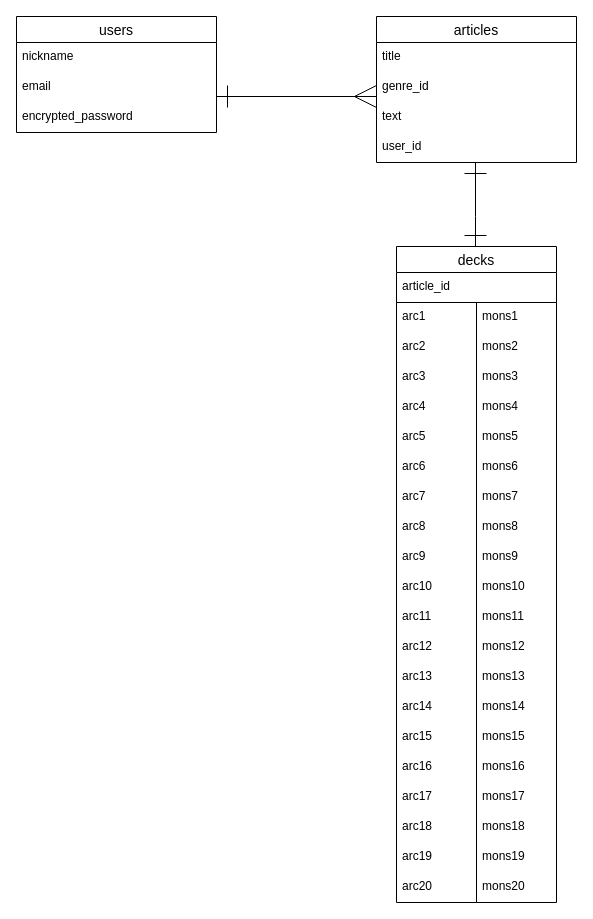
This is ER.dio from murataholic/tarot_deck, a draw.io file, before an edit. Source tidied: cells renumbered, new cells numbered last; positions are measured from the earlier drawing's top-left corner, leaving out a move shared by most shapes. Both pictures are drawn from the tidied source at 100%, with x=0, y=0 at pixel (16, 16).
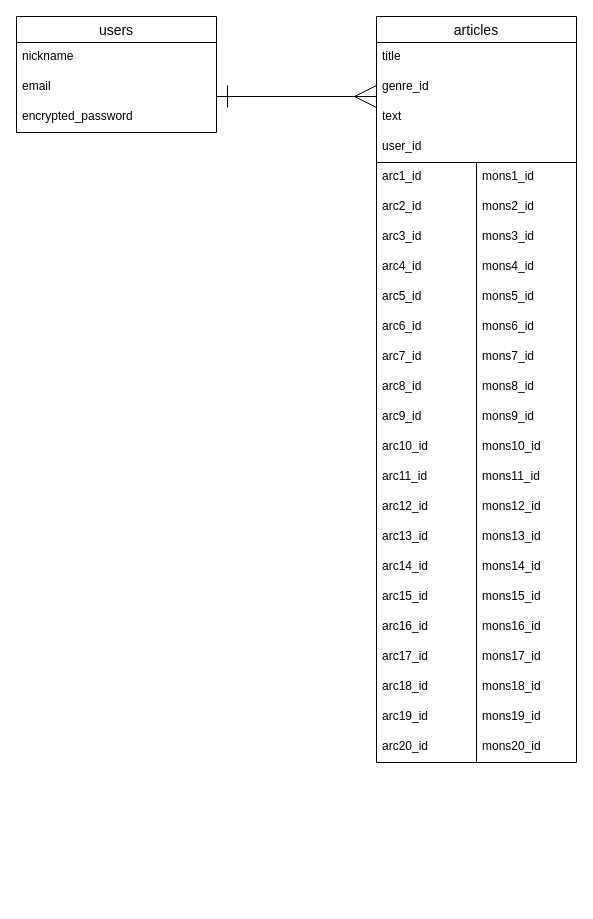
After the change.

Commit message:
データベースの変更に伴うER図の修正

Unchanged cells that the change refers to:
```xml
<mxCell id="10" value="user_id" style="text;strokeColor=none;fillColor=none;spacingLeft=4;spacingRight=4;overflow=hidden;points=[[0,0.5],[1,0.5]];portConstraint=eastwest;fontSize=12;" parent="6" vertex="1">
  <mxGeometry y="116" width="200" height="30" as="geometry" />
</mxCell>
```

Diff of the diagram source:
```diff
@@
-    <mxCell id="11" style="edgeStyle=orthogonalEdgeStyle;rounded=0;jettySize=auto;html=1;startArrow=ERone;startFill=0;endArrow=ERone;endFill=0;startSize=20;endSize=20;fontSize=11;" parent="1" edge="1" source="10">
-      <mxGeometry relative="1" as="geometry">
-        <mxPoint x="459" y="230" as="targetPoint" />
-        <Array as="points">
-          <mxPoint x="459" y="200" />
-          <mxPoint x="459" y="200" />
-        </Array>
-      </mxGeometry>
-    </mxCell>
@@
-    <mxCell id="13" value="decks" style="swimlane;fontStyle=0;horizontal=1;startSize=26;align=center;fontSize=14;" parent="1" vertex="1">
-      <mxGeometry x="380" y="230" width="160" height="56" as="geometry" />
-    </mxCell>
-    <mxCell id="14" value="article_id" style="text;strokeColor=none;fillColor=none;spacingLeft=4;spacingRight=4;overflow=hidden;fontSize=12;" parent="13" vertex="1">
-      <mxGeometry y="26" width="160" height="30" as="geometry" />
-    </mxCell>
     <mxCell id="15" style="swimlane;fontStyle=0;horizontal=1;startSize=0;align=center;fontSize=14;" parent="1" vertex="1">
-      <mxGeometry x="380" y="286" width="80" height="600" as="geometry" />
+      <mxGeometry x="360" y="146" width="100" height="600" as="geometry" />
     </mxCell>
-    <mxCell id="16" value="arc1" style="text;strokeColor=none;fillColor=none;spacingLeft=4;spacingRight=4;overflow=hidden;fontSize=12;" parent="15" vertex="1">
-      <mxGeometry width="80" height="30" as="geometry" />
+    <mxCell id="16" value="arc1_id" style="text;strokeColor=none;fillColor=none;spacingLeft=4;spacingRight=4;overflow=hidden;fontSize=12;" parent="15" vertex="1">
+      <mxGeometry width="100" height="30" as="geometry" />
     </mxCell>
-    <mxCell id="17" value="arc2" style="text;strokeColor=none;fillColor=none;spacingLeft=4;spacingRight=4;overflow=hidden;fontSize=12;" parent="15" vertex="1">
-      <mxGeometry y="30" width="80" height="30" as="geometry" />
+    <mxCell id="17" value="arc2_id" style="text;strokeColor=none;fillColor=none;spacingLeft=4;spacingRight=4;overflow=hidden;fontSize=12;" parent="15" vertex="1">
+      <mxGeometry y="30" width="100" height="30" as="geometry" />
     </mxCell>
-    <mxCell id="18" value="arc3" style="text;strokeColor=none;fillColor=none;spacingLeft=4;spacingRight=4;overflow=hidden;fontSize=12;" parent="15" vertex="1">
-      <mxGeometry y="60" width="80" height="30" as="geometry" />
+    <mxCell id="18" value="arc3_id" style="text;strokeColor=none;fillColor=none;spacingLeft=4;spacingRight=4;overflow=hidden;fontSize=12;" parent="15" vertex="1">
+      <mxGeometry y="60" width="100" height="30" as="geometry" />
     </mxCell>
-    <mxCell id="19" value="arc4" style="text;strokeColor=none;fillColor=none;spacingLeft=4;spacingRight=4;overflow=hidden;fontSize=12;" parent="15" vertex="1">
-      <mxGeometry y="90" width="80" height="30" as="geometry" />
+    <mxCell id="19" value="arc4_id" style="text;strokeColor=none;fillColor=none;spacingLeft=4;spacingRight=4;overflow=hidden;fontSize=12;" parent="15" vertex="1">
+      <mxGeometry y="90" width="100" height="30" as="geometry" />
     </mxCell>
-    <mxCell id="20" value="arc5" style="text;strokeColor=none;fillColor=none;spacingLeft=4;spacingRight=4;overflow=hidden;fontSize=12;" parent="15" vertex="1">
-      <mxGeometry y="120" width="80" height="30" as="geometry" />
+    <mxCell id="20" value="arc5_id" style="text;strokeColor=none;fillColor=none;spacingLeft=4;spacingRight=4;overflow=hidden;fontSize=12;" parent="15" vertex="1">
+      <mxGeometry y="120" width="100" height="30" as="geometry" />
     </mxCell>
-    <mxCell id="21" value="arc6" style="text;strokeColor=none;fillColor=none;spacingLeft=4;spacingRight=4;overflow=hidden;fontSize=12;" parent="15" vertex="1">
-      <mxGeometry y="150" width="80" height="30" as="geometry" />
+    <mxCell id="21" value="arc6_id" style="text;strokeColor=none;fillColor=none;spacingLeft=4;spacingRight=4;overflow=hidden;fontSize=12;" parent="15" vertex="1">
+      <mxGeometry y="150" width="100" height="30" as="geometry" />
     </mxCell>
-    <mxCell id="22" value="arc7" style="text;strokeColor=none;fillColor=none;spacingLeft=4;spacingRight=4;overflow=hidden;fontSize=12;" parent="15" vertex="1">
-      <mxGeometry y="180" width="80" height="30" as="geometry" />
+    <mxCell id="22" value="arc7_id" style="text;strokeColor=none;fillColor=none;spacingLeft=4;spacingRight=4;overflow=hidden;fontSize=12;" parent="15" vertex="1">
+      <mxGeometry y="180" width="100" height="30" as="geometry" />
     </mxCell>
-    <mxCell id="23" value="arc8" style="text;strokeColor=none;fillColor=none;spacingLeft=4;spacingRight=4;overflow=hidden;fontSize=12;" parent="15" vertex="1">
-      <mxGeometry y="210" width="80" height="30" as="geometry" />
+    <mxCell id="23" value="arc8_id" style="text;strokeColor=none;fillColor=none;spacingLeft=4;spacingRight=4;overflow=hidden;fontSize=12;" parent="15" vertex="1">
+      <mxGeometry y="210" width="100" height="30" as="geometry" />
     </mxCell>
-    <mxCell id="24" value="arc9" style="text;strokeColor=none;fillColor=none;spacingLeft=4;spacingRight=4;overflow=hidden;fontSize=12;" parent="15" vertex="1">
-      <mxGeometry y="240" width="80" height="30" as="geometry" />
+    <mxCell id="24" value="arc9_id" style="text;strokeColor=none;fillColor=none;spacingLeft=4;spacingRight=4;overflow=hidden;fontSize=12;" parent="15" vertex="1">
+      <mxGeometry y="240" width="100" height="30" as="geometry" />
     </mxCell>
-    <mxCell id="25" value="arc10" style="text;strokeColor=none;fillColor=none;spacingLeft=4;spacingRight=4;overflow=hidden;fontSize=12;" parent="15" vertex="1">
-      <mxGeometry y="270" width="80" height="30" as="geometry" />
+    <mxCell id="25" value="arc10_id" style="text;strokeColor=none;fillColor=none;spacingLeft=4;spacingRight=4;overflow=hidden;fontSize=12;" parent="15" vertex="1">
+      <mxGeometry y="270" width="100" height="30" as="geometry" />
     </mxCell>
-    <mxCell id="26" value="arc11" style="text;strokeColor=none;fillColor=none;spacingLeft=4;spacingRight=4;overflow=hidden;fontSize=12;" parent="15" vertex="1">
-      <mxGeometry y="300" width="80" height="30" as="geometry" />
+    <mxCell id="26" value="arc11_id" style="text;strokeColor=none;fillColor=none;spacingLeft=4;spacingRight=4;overflow=hidden;fontSize=12;" parent="15" vertex="1">
+      <mxGeometry y="300" width="100" height="30" as="geometry" />
     </mxCell>
-    <mxCell id="27" value="arc12" style="text;strokeColor=none;fillColor=none;spacingLeft=4;spacingRight=4;overflow=hidden;fontSize=12;" parent="15" vertex="1">
-      <mxGeometry y="330" width="80" height="30" as="geometry" />
+    <mxCell id="27" value="arc12_id" style="text;strokeColor=none;fillColor=none;spacingLeft=4;spacingRight=4;overflow=hidden;fontSize=12;" parent="15" vertex="1">
+      <mxGeometry y="330" width="100" height="30" as="geometry" />
     </mxCell>
-    <mxCell id="28" value="arc13" style="text;strokeColor=none;fillColor=none;spacingLeft=4;spacingRight=4;overflow=hidden;fontSize=12;" parent="15" vertex="1">
-      <mxGeometry y="360" width="80" height="30" as="geometry" />
+    <mxCell id="28" value="arc13_id" style="text;strokeColor=none;fillColor=none;spacingLeft=4;spacingRight=4;overflow=hidden;fontSize=12;" parent="15" vertex="1">
+      <mxGeometry y="360" width="100" height="30" as="geometry" />
     </mxCell>
-    <mxCell id="29" value="arc14" style="text;strokeColor=none;fillColor=none;spacingLeft=4;spacingRight=4;overflow=hidden;fontSize=12;" parent="15" vertex="1">
-      <mxGeometry y="390" width="80" height="30" as="geometry" />
+    <mxCell id="29" value="arc14_id" style="text;strokeColor=none;fillColor=none;spacingLeft=4;spacingRight=4;overflow=hidden;fontSize=12;" parent="15" vertex="1">
+      <mxGeometry y="390" width="100" height="30" as="geometry" />
     </mxCell>
-    <mxCell id="30" value="arc15" style="text;strokeColor=none;fillColor=none;spacingLeft=4;spacingRight=4;overflow=hidden;fontSize=12;" parent="15" vertex="1">
-      <mxGeometry y="420" width="80" height="30" as="geometry" />
+    <mxCell id="30" value="arc15_id" style="text;strokeColor=none;fillColor=none;spacingLeft=4;spacingRight=4;overflow=hidden;fontSize=12;" parent="15" vertex="1">
+      <mxGeometry y="420" width="100" height="30" as="geometry" />
     </mxCell>
-    <mxCell id="31" value="arc16" style="text;strokeColor=none;fillColor=none;spacingLeft=4;spacingRight=4;overflow=hidden;fontSize=12;" parent="15" vertex="1">
-      <mxGeometry y="450" width="80" height="30" as="geometry" />
+    <mxCell id="31" value="arc16_id" style="text;strokeColor=none;fillColor=none;spacingLeft=4;spacingRight=4;overflow=hidden;fontSize=12;" parent="15" vertex="1">
+      <mxGeometry y="450" width="100" height="30" as="geometry" />
     </mxCell>
-    <mxCell id="32" value="arc17" style="text;strokeColor=none;fillColor=none;spacingLeft=4;spacingRight=4;overflow=hidden;fontSize=12;" parent="15" vertex="1">
-      <mxGeometry y="480" width="80" height="30" as="geometry" />
+    <mxCell id="32" value="arc17_id" style="text;strokeColor=none;fillColor=none;spacingLeft=4;spacingRight=4;overflow=hidden;fontSize=12;" parent="15" vertex="1">
+      <mxGeometry y="480" width="100" height="30" as="geometry" />
     </mxCell>
-    <mxCell id="33" value="arc18" style="text;strokeColor=none;fillColor=none;spacingLeft=4;spacingRight=4;overflow=hidden;fontSize=12;" parent="15" vertex="1">
-      <mxGeometry y="510" width="80" height="30" as="geometry" />
+    <mxCell id="33" value="arc18_id" style="text;strokeColor=none;fillColor=none;spacingLeft=4;spacingRight=4;overflow=hidden;fontSize=12;" parent="15" vertex="1">
+      <mxGeometry y="510" width="100" height="30" as="geometry" />
     </mxCell>
-    <mxCell id="34" value="arc19" style="text;strokeColor=none;fillColor=none;spacingLeft=4;spacingRight=4;overflow=hidden;fontSize=12;" parent="15" vertex="1">
-      <mxGeometry y="540" width="80" height="30" as="geometry" />
+    <mxCell id="34" value="arc19_id" style="text;strokeColor=none;fillColor=none;spacingLeft=4;spacingRight=4;overflow=hidden;fontSize=12;" parent="15" vertex="1">
+      <mxGeometry y="540" width="100" height="30" as="geometry" />
     </mxCell>
-    <mxCell id="35" value="arc20" style="text;strokeColor=none;fillColor=none;spacingLeft=4;spacingRight=4;overflow=hidden;fontSize=12;" parent="15" vertex="1">
-      <mxGeometry y="570" width="80" height="30" as="geometry" />
+    <mxCell id="35" value="arc20_id" style="text;strokeColor=none;fillColor=none;spacingLeft=4;spacingRight=4;overflow=hidden;fontSize=12;" parent="15" vertex="1">
+      <mxGeometry y="570" width="100" height="30" as="geometry" />
     </mxCell>
     <mxCell id="36" style="swimlane;fontStyle=0;horizontal=1;startSize=0;align=center;fontSize=14;" parent="1" vertex="1">
-      <mxGeometry x="460" y="286" width="80" height="600" as="geometry" />
+      <mxGeometry x="460" y="146" width="100" height="600" as="geometry" />
     </mxCell>
-    <mxCell id="37" value="mons1" style="text;strokeColor=none;fillColor=none;spacingLeft=4;spacingRight=4;overflow=hidden;fontSize=12;" parent="36" vertex="1">
-      <mxGeometry width="80" height="30" as="geometry" />
+    <mxCell id="37" value="mons1_id" style="text;strokeColor=none;fillColor=none;spacingLeft=4;spacingRight=4;overflow=hidden;fontSize=12;" parent="36" vertex="1">
+      <mxGeometry width="100" height="30" as="geometry" />
     </mxCell>
-    <mxCell id="38" value="mons2" style="text;strokeColor=none;fillColor=none;spacingLeft=4;spacingRight=4;overflow=hidden;fontSize=12;" parent="36" vertex="1">
-      <mxGeometry y="30" width="80" height="30" as="geometry" />
+    <mxCell id="38" value="mons2_id" style="text;strokeColor=none;fillColor=none;spacingLeft=4;spacingRight=4;overflow=hidden;fontSize=12;" parent="36" vertex="1">
+      <mxGeometry y="30" width="100" height="30" as="geometry" />
     </mxCell>
-    <mxCell id="39" value="mons3" style="text;strokeColor=none;fillColor=none;spacingLeft=4;spacingRight=4;overflow=hidden;fontSize=12;" parent="36" vertex="1">
-      <mxGeometry y="60" width="80" height="30" as="geometry" />
+    <mxCell id="39" value="mons3_id" style="text;strokeColor=none;fillColor=none;spacingLeft=4;spacingRight=4;overflow=hidden;fontSize=12;" parent="36" vertex="1">
+      <mxGeometry y="60" width="100" height="30" as="geometry" />
     </mxCell>
-    <mxCell id="40" value="mons4" style="text;strokeColor=none;fillColor=none;spacingLeft=4;spacingRight=4;overflow=hidden;fontSize=12;" parent="36" vertex="1">
-      <mxGeometry y="90" width="80" height="30" as="geometry" />
+    <mxCell id="40" value="mons4_id" style="text;strokeColor=none;fillColor=none;spacingLeft=4;spacingRight=4;overflow=hidden;fontSize=12;" parent="36" vertex="1">
+      <mxGeometry y="90" width="100" height="30" as="geometry" />
     </mxCell>
-    <mxCell id="41" value="mons5" style="text;strokeColor=none;fillColor=none;spacingLeft=4;spacingRight=4;overflow=hidden;fontSize=12;" parent="36" vertex="1">
-      <mxGeometry y="120" width="80" height="30" as="geometry" />
+    <mxCell id="41" value="mons5_id" style="text;strokeColor=none;fillColor=none;spacingLeft=4;spacingRight=4;overflow=hidden;fontSize=12;" parent="36" vertex="1">
+      <mxGeometry y="120" width="100" height="30" as="geometry" />
     </mxCell>
-    <mxCell id="42" value="mons6" style="text;strokeColor=none;fillColor=none;spacingLeft=4;spacingRight=4;overflow=hidden;fontSize=12;" parent="36" vertex="1">
-      <mxGeometry y="150" width="80" height="30" as="geometry" />
+    <mxCell id="42" value="mons6_id" style="text;strokeColor=none;fillColor=none;spacingLeft=4;spacingRight=4;overflow=hidden;fontSize=12;" parent="36" vertex="1">
+      <mxGeometry y="150" width="100" height="30" as="geometry" />
     </mxCell>
-    <mxCell id="43" value="mons7" style="text;strokeColor=none;fillColor=none;spacingLeft=4;spacingRight=4;overflow=hidden;fontSize=12;" parent="36" vertex="1">
-      <mxGeometry y="180" width="80" height="30" as="geometry" />
+    <mxCell id="43" value="mons7_id" style="text;strokeColor=none;fillColor=none;spacingLeft=4;spacingRight=4;overflow=hidden;fontSize=12;" parent="36" vertex="1">
+      <mxGeometry y="180" width="100" height="30" as="geometry" />
     </mxCell>
-    <mxCell id="44" value="mons8" style="text;strokeColor=none;fillColor=none;spacingLeft=4;spacingRight=4;overflow=hidden;fontSize=12;" parent="36" vertex="1">
-      <mxGeometry y="210" width="80" height="30" as="geometry" />
+    <mxCell id="44" value="mons8_id" style="text;strokeColor=none;fillColor=none;spacingLeft=4;spacingRight=4;overflow=hidden;fontSize=12;" parent="36" vertex="1">
+      <mxGeometry y="210" width="100" height="30" as="geometry" />
     </mxCell>
-    <mxCell id="45" value="mons9" style="text;strokeColor=none;fillColor=none;spacingLeft=4;spacingRight=4;overflow=hidden;fontSize=12;" parent="36" vertex="1">
-      <mxGeometry y="240" width="80" height="30" as="geometry" />
+    <mxCell id="45" value="mons9_id" style="text;strokeColor=none;fillColor=none;spacingLeft=4;spacingRight=4;overflow=hidden;fontSize=12;" parent="36" vertex="1">
+      <mxGeometry y="240" width="100" height="30" as="geometry" />
     </mxCell>
-    <mxCell id="46" value="mons10" style="text;strokeColor=none;fillColor=none;spacingLeft=4;spacingRight=4;overflow=hidden;fontSize=12;" parent="36" vertex="1">
-      <mxGeometry y="270" width="80" height="30" as="geometry" />
+    <mxCell id="46" value="mons10_id" style="text;strokeColor=none;fillColor=none;spacingLeft=4;spacingRight=4;overflow=hidden;fontSize=12;" parent="36" vertex="1">
+      <mxGeometry y="270" width="100" height="30" as="geometry" />
     </mxCell>
-    <mxCell id="47" value="mons11" style="text;strokeColor=none;fillColor=none;spacingLeft=4;spacingRight=4;overflow=hidden;fontSize=12;" parent="36" vertex="1">
-      <mxGeometry y="300" width="80" height="30" as="geometry" />
+    <mxCell id="47" value="mons11_id" style="text;strokeColor=none;fillColor=none;spacingLeft=4;spacingRight=4;overflow=hidden;fontSize=12;" parent="36" vertex="1">
+      <mxGeometry y="300" width="100" height="30" as="geometry" />
     </mxCell>
-    <mxCell id="48" value="mons12" style="text;strokeColor=none;fillColor=none;spacingLeft=4;spacingRight=4;overflow=hidden;fontSize=12;" parent="36" vertex="1">
-      <mxGeometry y="330" width="80" height="30" as="geometry" />
+    <mxCell id="48" value="mons12_id" style="text;strokeColor=none;fillColor=none;spacingLeft=4;spacingRight=4;overflow=hidden;fontSize=12;" parent="36" vertex="1">
+      <mxGeometry y="330" width="100" height="30" as="geometry" />
     </mxCell>
-    <mxCell id="49" value="mons13" style="text;strokeColor=none;fillColor=none;spacingLeft=4;spacingRight=4;overflow=hidden;fontSize=12;" parent="36" vertex="1">
-      <mxGeometry y="360" width="80" height="30" as="geometry" />
+    <mxCell id="49" value="mons13_id" style="text;strokeColor=none;fillColor=none;spacingLeft=4;spacingRight=4;overflow=hidden;fontSize=12;" parent="36" vertex="1">
+      <mxGeometry y="360" width="100" height="30" as="geometry" />
     </mxCell>
-    <mxCell id="50" value="mons14" style="text;strokeColor=none;fillColor=none;spacingLeft=4;spacingRight=4;overflow=hidden;fontSize=12;" parent="36" vertex="1">
-      <mxGeometry y="390" width="80" height="30" as="geometry" />
+    <mxCell id="50" value="mons14_id" style="text;strokeColor=none;fillColor=none;spacingLeft=4;spacingRight=4;overflow=hidden;fontSize=12;" parent="36" vertex="1">
+      <mxGeometry y="390" width="100" height="30" as="geometry" />
     </mxCell>
-    <mxCell id="51" value="mons15" style="text;strokeColor=none;fillColor=none;spacingLeft=4;spacingRight=4;overflow=hidden;fontSize=12;" parent="36" vertex="1">
-      <mxGeometry y="420" width="80" height="30" as="geometry" />
+    <mxCell id="51" value="mons15_id" style="text;strokeColor=none;fillColor=none;spacingLeft=4;spacingRight=4;overflow=hidden;fontSize=12;" parent="36" vertex="1">
+      <mxGeometry y="420" width="100" height="30" as="geometry" />
     </mxCell>
-    <mxCell id="52" value="mons16" style="text;strokeColor=none;fillColor=none;spacingLeft=4;spacingRight=4;overflow=hidden;fontSize=12;" parent="36" vertex="1">
-      <mxGeometry y="450" width="80" height="30" as="geometry" />
+    <mxCell id="52" value="mons16_id" style="text;strokeColor=none;fillColor=none;spacingLeft=4;spacingRight=4;overflow=hidden;fontSize=12;" parent="36" vertex="1">
+      <mxGeometry y="450" width="100" height="30" as="geometry" />
     </mxCell>
-    <mxCell id="53" value="mons17" style="text;strokeColor=none;fillColor=none;spacingLeft=4;spacingRight=4;overflow=hidden;fontSize=12;" parent="36" vertex="1">
-      <mxGeometry y="480" width="80" height="30" as="geometry" />
+    <mxCell id="53" value="mons17_id" style="text;strokeColor=none;fillColor=none;spacingLeft=4;spacingRight=4;overflow=hidden;fontSize=12;" parent="36" vertex="1">
+      <mxGeometry y="480" width="100" height="30" as="geometry" />
     </mxCell>
-    <mxCell id="54" value="mons18" style="text;strokeColor=none;fillColor=none;spacingLeft=4;spacingRight=4;overflow=hidden;fontSize=12;" parent="36" vertex="1">
-      <mxGeometry y="510" width="80" height="30" as="geometry" />
+    <mxCell id="54" value="mons18_id" style="text;strokeColor=none;fillColor=none;spacingLeft=4;spacingRight=4;overflow=hidden;fontSize=12;" parent="36" vertex="1">
+      <mxGeometry y="510" width="100" height="30" as="geometry" />
     </mxCell>
-    <mxCell id="55" value="mons19" style="text;strokeColor=none;fillColor=none;spacingLeft=4;spacingRight=4;overflow=hidden;fontSize=12;" parent="36" vertex="1">
-      <mxGeometry y="540" width="80" height="30" as="geometry" />
+    <mxCell id="55" value="mons19_id" style="text;strokeColor=none;fillColor=none;spacingLeft=4;spacingRight=4;overflow=hidden;fontSize=12;" parent="36" vertex="1">
+      <mxGeometry y="540" width="100" height="30" as="geometry" />
     </mxCell>
-    <mxCell id="56" value="mons20" style="text;strokeColor=none;fillColor=none;spacingLeft=4;spacingRight=4;overflow=hidden;fontSize=12;" parent="36" vertex="1">
-      <mxGeometry y="570" width="80" height="30" as="geometry" />
+    <mxCell id="56" value="mons20_id" style="text;strokeColor=none;fillColor=none;spacingLeft=4;spacingRight=4;overflow=hidden;fontSize=12;" parent="36" vertex="1">
+      <mxGeometry y="570" width="100" height="30" as="geometry" />
     </mxCell>
```
